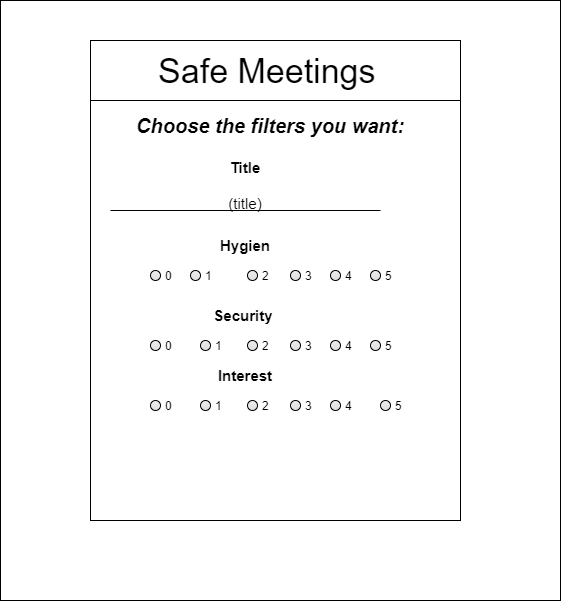
Above: images/mockup_search_screen.png in FEUP-ESOF-2020-21/open-cx-t2g2-teamnamenotfound (draw.io), before the change. Source tidied: cells renumbered, new cells last; positions are measured from the earlier drawing's top-left corner, leaving out a move shared by most shapes.
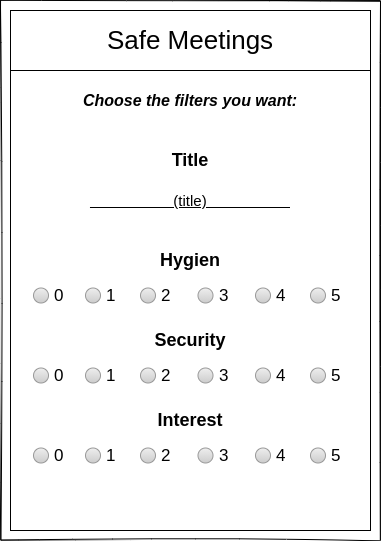
After the change.

Change to the diagram source:
```diff
@@ -2,92 +2,95 @@
   <root>
     <mxCell id="0" />
     <mxCell id="1" parent="0" />
-    <mxCell id="2" style="rounded=0;whiteSpace=wrap;html=1;strokeWidth=1;" parent="1" vertex="1">
-      <mxGeometry width="560" height="600" as="geometry" />
-    </mxCell>
-    <mxCell id="3" value="&lt;font style=&quot;font-size: 17px&quot;&gt;&lt;b&gt;Text&lt;/b&gt;&lt;/font&gt;" style="text;html=1;strokeColor=none;fillColor=none;align=center;verticalAlign=middle;whiteSpace=wrap;rounded=0;" parent="1" vertex="1">
-      <mxGeometry x="235" y="110" width="115" height="60" as="geometry" />
-    </mxCell>
-    <mxCell id="4" style="rounded=0;whiteSpace=wrap;html=1;" parent="1" vertex="1">
-      <mxGeometry x="90" y="40" width="370" height="60" as="geometry" />
-    </mxCell>
+    <mxCell id="31" style="rounded=0;whiteSpace=wrap;html=1;shadow=0;labelBackgroundColor=none;sketch=1;strokeColor=#000000;fillColor=#ffffff;fontSize=26;align=center;fontColor=#FFFFFF;" parent="1" vertex="1">
+      <mxGeometry x="-380" y="60" width="380" height="540" as="geometry" />
+    </mxCell>
+    <mxCell id="32" style="rounded=0;whiteSpace=wrap;html=1;verticalAlign=middle;" parent="1" vertex="1">
+      <mxGeometry x="-370" y="70" width="360" height="520" as="geometry" />
+    </mxCell>
-    <mxCell id="5" value="&lt;div&gt;&lt;span style=&quot;font-size: 34px&quot;&gt;&amp;nbsp; &amp;nbsp; &amp;nbsp; &amp;nbsp;Safe Meetings&lt;/span&gt;&lt;/div&gt;" style="text;html=1;strokeColor=none;fillColor=none;align=left;verticalAlign=middle;whiteSpace=wrap;rounded=0;strokeWidth=2;" parent="1" vertex="1">
-      <mxGeometry x="90" y="40" width="370" height="60" as="geometry" />
+    <mxCell id="5" value="Safe Meetings" style="rounded=0;whiteSpace=wrap;html=1;fontSize=26;" parent="1" vertex="1">
+      <mxGeometry x="-370" y="70" width="360" height="60" as="geometry" />
     </mxCell>
-    <mxCell id="6" style="rounded=0;whiteSpace=wrap;html=1;strokeWidth=1;" parent="1" vertex="1">
-      <mxGeometry x="90" y="100" width="370" height="420" as="geometry" />
-    </mxCell>
-    <mxCell id="7" value="&lt;span style=&quot;font-size: 20px&quot;&gt;&lt;b&gt;&lt;i&gt;Choose the filters you want:&lt;/i&gt;&lt;/b&gt;&lt;/span&gt;" style="text;html=1;strokeColor=none;fillColor=none;align=center;verticalAlign=middle;whiteSpace=wrap;rounded=0;" parent="1" vertex="1">
-      <mxGeometry x="110" y="110" width="320" height="30" as="geometry" />
+    <mxCell id="7" value="&lt;i&gt;&lt;b&gt;&lt;font style=&quot;font-size: 16px&quot;&gt;Choose the filters you want:&lt;/font&gt;&lt;/b&gt;&lt;/i&gt;" style="text;html=1;strokeColor=none;fillColor=none;align=center;verticalAlign=middle;whiteSpace=wrap;rounded=0;sketch=0;fontSize=15;" parent="1" vertex="1">
+      <mxGeometry x="-370" y="150" width="360" height="20" as="geometry" />
     </mxCell>
-    <mxCell id="8" value="&lt;div&gt;&lt;b style=&quot;font-size: 15px&quot;&gt;Title&lt;/b&gt;&lt;/div&gt;&lt;div&gt;&lt;b style=&quot;font-size: 15px&quot;&gt;&lt;br&gt;&lt;/b&gt;&lt;/div&gt;&lt;div&gt;&lt;span style=&quot;font-size: 15px&quot;&gt;(&lt;/span&gt;&lt;span style=&quot;font-size: 15px&quot;&gt;title)&lt;/span&gt;&lt;/div&gt;" style="text;html=1;strokeColor=none;fillColor=none;align=center;verticalAlign=middle;whiteSpace=wrap;rounded=0;" parent="1" vertex="1">
-      <mxGeometry x="110" y="160" width="270" height="50" as="geometry" />
-    </mxCell>
+    <mxCell id="33" value="&lt;b&gt;&lt;font style=&quot;font-size: 18px&quot;&gt;Title&lt;/font&gt;&lt;/b&gt;" style="text;html=1;strokeColor=none;fillColor=none;align=center;verticalAlign=middle;whiteSpace=wrap;rounded=0;sketch=0;fontSize=15;" parent="1" vertex="1">
+      <mxGeometry x="-370" y="210" width="360" height="20" as="geometry" />
+    </mxCell>
-    <mxCell id="9" value="&lt;span style=&quot;font-size: 15px&quot;&gt;&lt;b&gt;Hygien&lt;/b&gt;&lt;/span&gt;" style="text;html=1;strokeColor=none;fillColor=none;align=center;verticalAlign=middle;whiteSpace=wrap;rounded=0;" parent="1" vertex="1">
-      <mxGeometry x="110" y="220" width="270" height="50" as="geometry" />
+    <mxCell id="9" value="&lt;b&gt;&lt;font style=&quot;font-size: 18px&quot;&gt;Hygien&lt;br&gt;&lt;/font&gt;&lt;/b&gt;" style="text;html=1;strokeColor=none;fillColor=none;align=center;verticalAlign=middle;whiteSpace=wrap;rounded=0;sketch=0;fontSize=15;" parent="1" vertex="1">
+      <mxGeometry x="-370" y="310" width="360" height="20" as="geometry" />
     </mxCell>
-    <mxCell id="10" value="&lt;font style=&quot;font-size: 15px&quot;&gt;&lt;b&gt;Security&lt;/b&gt;&amp;nbsp;&lt;/font&gt;" style="text;html=1;strokeColor=none;fillColor=none;align=center;verticalAlign=middle;whiteSpace=wrap;rounded=0;" parent="1" vertex="1">
-      <mxGeometry x="110" y="290" width="270" height="50" as="geometry" />
+    <mxCell id="10" value="&lt;b&gt;&lt;font style=&quot;font-size: 18px&quot;&gt;Security&lt;/font&gt;&lt;/b&gt;" style="text;html=1;strokeColor=none;fillColor=none;align=center;verticalAlign=middle;whiteSpace=wrap;rounded=0;sketch=0;fontSize=15;" parent="1" vertex="1">
+      <mxGeometry x="-370" y="390" width="360" height="20" as="geometry" />
     </mxCell>
-    <mxCell id="11" value="&lt;b&gt;&lt;font style=&quot;font-size: 15px&quot;&gt;Interest&lt;/font&gt;&lt;/b&gt;" style="text;html=1;strokeColor=none;fillColor=none;align=center;verticalAlign=middle;whiteSpace=wrap;rounded=0;" parent="1" vertex="1">
-      <mxGeometry x="110" y="350" width="270" height="50" as="geometry" />
+    <mxCell id="11" value="&lt;b&gt;&lt;font style=&quot;font-size: 18px&quot;&gt;Interest&lt;/font&gt;&lt;/b&gt;" style="text;html=1;strokeColor=none;fillColor=none;align=center;verticalAlign=middle;whiteSpace=wrap;rounded=0;sketch=0;fontSize=15;" parent="1" vertex="1">
+      <mxGeometry x="-370" y="470" width="360" height="20" as="geometry" />
     </mxCell>
-    <mxCell id="12" style="endArrow=none;html=1;strokeWidth=1;exitX=1;exitY=1;exitDx=0;exitDy=0;entryX=0;entryY=1;entryDx=0;entryDy=0;" parent="1" edge="1" source="8" target="8">
-      <mxGeometry relative="1" as="geometry" />
-    </mxCell>
-    <mxCell id="13" value="0" style="html=1;shadow=0;dashed=0;shape=mxgraph.bootstrap.radioButton2;labelPosition=right;verticalLabelPosition=middle;align=left;verticalAlign=middle;gradientColor=#DEDEDE;fillColor=#EDEDED;checked=0;spacing=5;checkedFill=#0085FC;checkedStroke=#ffffff;strokeWidth=1;" parent="1" vertex="1">
-      <mxGeometry x="150" y="270" width="10" height="10" as="geometry" />
-    </mxCell>
-    <mxCell id="14" value="1" style="html=1;shadow=0;dashed=0;shape=mxgraph.bootstrap.radioButton2;labelPosition=right;verticalLabelPosition=middle;align=left;verticalAlign=middle;gradientColor=#DEDEDE;fillColor=#EDEDED;checked=0;spacing=5;checkedFill=#0085FC;checkedStroke=#ffffff;strokeWidth=1;" parent="1" vertex="1">
-      <mxGeometry x="190" y="270" width="10" height="10" as="geometry" />
-    </mxCell>
-    <mxCell id="15" value="2" style="html=1;shadow=0;dashed=0;shape=mxgraph.bootstrap.radioButton2;labelPosition=right;verticalLabelPosition=middle;align=left;verticalAlign=middle;gradientColor=#DEDEDE;fillColor=#EDEDED;checked=0;spacing=5;checkedFill=#0085FC;checkedStroke=#ffffff;strokeWidth=1;" parent="1" vertex="1">
-      <mxGeometry x="247" y="270" width="10" height="10" as="geometry" />
-    </mxCell>
-    <mxCell id="16" value="3" style="html=1;shadow=0;dashed=0;shape=mxgraph.bootstrap.radioButton2;labelPosition=right;verticalLabelPosition=middle;align=left;verticalAlign=middle;gradientColor=#DEDEDE;fillColor=#EDEDED;checked=0;spacing=5;checkedFill=#0085FC;checkedStroke=#ffffff;strokeWidth=1;" parent="1" vertex="1">
-      <mxGeometry x="290" y="270" width="10" height="10" as="geometry" />
-    </mxCell>
-    <mxCell id="17" value="4" style="html=1;shadow=0;dashed=0;shape=mxgraph.bootstrap.radioButton2;labelPosition=right;verticalLabelPosition=middle;align=left;verticalAlign=middle;gradientColor=#DEDEDE;fillColor=#EDEDED;checked=0;spacing=5;checkedFill=#0085FC;checkedStroke=#ffffff;strokeWidth=1;" parent="1" vertex="1">
-      <mxGeometry x="330" y="270" width="10" height="10" as="geometry" />
-    </mxCell>
-    <mxCell id="18" value="5" style="html=1;shadow=0;dashed=0;shape=mxgraph.bootstrap.radioButton2;labelPosition=right;verticalLabelPosition=middle;align=left;verticalAlign=middle;gradientColor=#DEDEDE;fillColor=#EDEDED;checked=0;spacing=5;checkedFill=#0085FC;checkedStroke=#ffffff;strokeWidth=1;" parent="1" vertex="1">
-      <mxGeometry x="370" y="270" width="10" height="10" as="geometry" />
-    </mxCell>
-    <mxCell id="19" value="0" style="html=1;shadow=0;dashed=0;shape=mxgraph.bootstrap.radioButton2;labelPosition=right;verticalLabelPosition=middle;align=left;verticalAlign=middle;gradientColor=#DEDEDE;fillColor=#EDEDED;checked=0;spacing=5;checkedFill=#0085FC;checkedStroke=#ffffff;strokeWidth=1;" parent="1" vertex="1">
-      <mxGeometry x="150" y="340" width="10" height="10" as="geometry" />
-    </mxCell>
-    <mxCell id="20" value="1" style="html=1;shadow=0;dashed=0;shape=mxgraph.bootstrap.radioButton2;labelPosition=right;verticalLabelPosition=middle;align=left;verticalAlign=middle;gradientColor=#DEDEDE;fillColor=#EDEDED;checked=0;spacing=5;checkedFill=#0085FC;checkedStroke=#ffffff;strokeWidth=1;" parent="1" vertex="1">
-      <mxGeometry x="200" y="340" width="10" height="10" as="geometry" />
-    </mxCell>
-    <mxCell id="21" value="0" style="html=1;shadow=0;dashed=0;shape=mxgraph.bootstrap.radioButton2;labelPosition=right;verticalLabelPosition=middle;align=left;verticalAlign=middle;gradientColor=#DEDEDE;fillColor=#EDEDED;checked=0;spacing=5;checkedFill=#0085FC;checkedStroke=#ffffff;strokeWidth=1;" parent="1" vertex="1">
-      <mxGeometry x="150" y="400" width="10" height="10" as="geometry" />
-    </mxCell>
-    <mxCell id="22" value="1" style="html=1;shadow=0;dashed=0;shape=mxgraph.bootstrap.radioButton2;labelPosition=right;verticalLabelPosition=middle;align=left;verticalAlign=middle;gradientColor=#DEDEDE;fillColor=#EDEDED;checked=0;spacing=5;checkedFill=#0085FC;checkedStroke=#ffffff;strokeWidth=1;" parent="1" vertex="1">
-      <mxGeometry x="200" y="400" width="10" height="10" as="geometry" />
-    </mxCell>
-    <mxCell id="23" value="2" style="html=1;shadow=0;dashed=0;shape=mxgraph.bootstrap.radioButton2;labelPosition=right;verticalLabelPosition=middle;align=left;verticalAlign=middle;gradientColor=#DEDEDE;fillColor=#EDEDED;checked=0;spacing=5;checkedFill=#0085FC;checkedStroke=#ffffff;strokeWidth=1;" parent="1" vertex="1">
-      <mxGeometry x="247" y="340" width="10" height="10" as="geometry" />
-    </mxCell>
-    <mxCell id="24" value="3" style="html=1;shadow=0;dashed=0;shape=mxgraph.bootstrap.radioButton2;labelPosition=right;verticalLabelPosition=middle;align=left;verticalAlign=middle;gradientColor=#DEDEDE;fillColor=#EDEDED;checked=0;spacing=5;checkedFill=#0085FC;checkedStroke=#ffffff;strokeWidth=1;" parent="1" vertex="1">
-      <mxGeometry x="290" y="340" width="10" height="10" as="geometry" />
-    </mxCell>
-    <mxCell id="25" value="4" style="html=1;shadow=0;dashed=0;shape=mxgraph.bootstrap.radioButton2;labelPosition=right;verticalLabelPosition=middle;align=left;verticalAlign=middle;gradientColor=#DEDEDE;fillColor=#EDEDED;checked=0;spacing=5;checkedFill=#0085FC;checkedStroke=#ffffff;strokeWidth=1;" parent="1" vertex="1">
-      <mxGeometry x="330" y="340" width="10" height="10" as="geometry" />
-    </mxCell>
-    <mxCell id="26" value="5" style="html=1;shadow=0;dashed=0;shape=mxgraph.bootstrap.radioButton2;labelPosition=right;verticalLabelPosition=middle;align=left;verticalAlign=middle;gradientColor=#DEDEDE;fillColor=#EDEDED;checked=0;spacing=5;checkedFill=#0085FC;checkedStroke=#ffffff;strokeWidth=1;" parent="1" vertex="1">
-      <mxGeometry x="370" y="340" width="10" height="10" as="geometry" />
-    </mxCell>
-    <mxCell id="27" value="2" style="html=1;shadow=0;dashed=0;shape=mxgraph.bootstrap.radioButton2;labelPosition=right;verticalLabelPosition=middle;align=left;verticalAlign=middle;gradientColor=#DEDEDE;fillColor=#EDEDED;checked=0;spacing=5;checkedFill=#0085FC;checkedStroke=#ffffff;strokeWidth=1;" parent="1" vertex="1">
-      <mxGeometry x="247" y="400" width="10" height="10" as="geometry" />
-    </mxCell>
-    <mxCell id="28" value="3" style="html=1;shadow=0;dashed=0;shape=mxgraph.bootstrap.radioButton2;labelPosition=right;verticalLabelPosition=middle;align=left;verticalAlign=middle;gradientColor=#DEDEDE;fillColor=#EDEDED;checked=0;spacing=5;checkedFill=#0085FC;checkedStroke=#ffffff;strokeWidth=1;" parent="1" vertex="1">
-      <mxGeometry x="290" y="400" width="10" height="10" as="geometry" />
-    </mxCell>
-    <mxCell id="29" value="4" style="html=1;shadow=0;dashed=0;shape=mxgraph.bootstrap.radioButton2;labelPosition=right;verticalLabelPosition=middle;align=left;verticalAlign=middle;gradientColor=#DEDEDE;fillColor=#EDEDED;checked=0;spacing=5;checkedFill=#0085FC;checkedStroke=#ffffff;strokeWidth=1;" parent="1" vertex="1">
-      <mxGeometry x="330" y="400" width="10" height="10" as="geometry" />
-    </mxCell>
-    <mxCell id="30" value="5" style="html=1;shadow=0;dashed=0;shape=mxgraph.bootstrap.radioButton2;labelPosition=right;verticalLabelPosition=middle;align=left;verticalAlign=middle;gradientColor=#DEDEDE;fillColor=#EDEDED;checked=0;spacing=5;checkedFill=#0085FC;checkedStroke=#ffffff;strokeWidth=1;" parent="1" vertex="1">
-      <mxGeometry x="380" y="400" width="10" height="10" as="geometry" />
-    </mxCell>
+    <mxCell id="34" value="&lt;u&gt;&amp;nbsp; &amp;nbsp; &amp;nbsp; &amp;nbsp; &amp;nbsp; &amp;nbsp; &amp;nbsp; &amp;nbsp; &amp;nbsp; &amp;nbsp; (title)&amp;nbsp; &amp;nbsp; &amp;nbsp; &amp;nbsp; &amp;nbsp; &amp;nbsp; &amp;nbsp; &amp;nbsp; &amp;nbsp; &amp;nbsp;&amp;nbsp;&lt;/u&gt;" style="text;html=1;strokeColor=none;fillColor=none;align=center;verticalAlign=middle;whiteSpace=wrap;rounded=0;sketch=0;fontSize=15;" parent="1" vertex="1">
+      <mxGeometry x="-370" y="250" width="360" height="20" as="geometry" />
+    </mxCell>
+    <mxCell id="35" style="strokeWidth=1;shadow=0;dashed=0;align=center;html=1;shape=mxgraph.mockup.forms.rrect;rSize=0;sketch=0;fontSize=15;strokeColor=none;" parent="1" vertex="1">
+      <mxGeometry x="-355" y="340" width="330" height="30" as="geometry" />
+    </mxCell>
+    <mxCell id="36" value="&lt;font color=&quot;#000000&quot;&gt;0&lt;/font&gt;" style="shape=ellipse;rSize=0;fillColor=#eeeeee;strokeColor=#999999;gradientColor=#cccccc;html=1;align=left;spacingLeft=4;fontSize=17;fontColor=#666666;labelPosition=right;" parent="35" vertex="1">
+      <mxGeometry x="8" y="7.5" width="15" height="15" as="geometry" />
+    </mxCell>
+    <mxCell id="37" value="&lt;font color=&quot;#000000&quot;&gt;1&lt;/font&gt;" style="shape=ellipse;rSize=0;fillColor=#eeeeee;strokeColor=#999999;gradientColor=#cccccc;html=1;align=left;spacingLeft=4;fontSize=17;fontColor=#666666;labelPosition=right;" parent="35" vertex="1">
+      <mxGeometry x="60" y="7.5" width="15" height="15" as="geometry" />
+    </mxCell>
+    <mxCell id="38" value="&lt;font color=&quot;#000000&quot;&gt;3&lt;/font&gt;" style="shape=ellipse;rSize=0;fillColor=#eeeeee;strokeColor=#999999;gradientColor=#cccccc;html=1;align=left;spacingLeft=4;fontSize=17;fontColor=#666666;labelPosition=right;" parent="35" vertex="1">
+      <mxGeometry x="172.5" y="7.5" width="15" height="15" as="geometry" />
+    </mxCell>
+    <mxCell id="39" value="&lt;font color=&quot;#000000&quot;&gt;2&lt;/font&gt;" style="shape=ellipse;rSize=0;fillColor=#eeeeee;strokeColor=#999999;gradientColor=#cccccc;html=1;align=left;spacingLeft=4;fontSize=17;fontColor=#666666;labelPosition=right;" parent="35" vertex="1">
+      <mxGeometry x="115" y="7.5" width="15" height="15" as="geometry" />
+    </mxCell>
+    <mxCell id="40" value="&lt;font color=&quot;#000000&quot;&gt;5&lt;/font&gt;" style="shape=ellipse;rSize=0;fillColor=#eeeeee;strokeColor=#999999;gradientColor=#cccccc;html=1;align=left;spacingLeft=4;fontSize=17;fontColor=#666666;labelPosition=right;" parent="35" vertex="1">
+      <mxGeometry x="285" y="7.5" width="15" height="15" as="geometry" />
+    </mxCell>
+    <mxCell id="41" value="&lt;font color=&quot;#000000&quot;&gt;4&lt;/font&gt;" style="shape=ellipse;rSize=0;fillColor=#eeeeee;strokeColor=#999999;gradientColor=#cccccc;html=1;align=left;spacingLeft=4;fontSize=17;fontColor=#666666;labelPosition=right;" parent="35" vertex="1">
+      <mxGeometry x="230" y="7.5" width="15" height="15" as="geometry" />
+    </mxCell>
+    <mxCell id="42" style="strokeWidth=1;shadow=0;dashed=0;align=center;html=1;shape=mxgraph.mockup.forms.rrect;rSize=0;fillColor=#ffffff;sketch=0;fontSize=15;strokeColor=none;" parent="1" vertex="1">
+      <mxGeometry x="-355" y="420" width="330" height="30" as="geometry" />
+    </mxCell>
+    <mxCell id="43" value="&lt;font color=&quot;#000000&quot;&gt;0&lt;/font&gt;" style="shape=ellipse;rSize=0;fillColor=#eeeeee;strokeColor=#999999;gradientColor=#cccccc;html=1;align=left;spacingLeft=4;fontSize=17;fontColor=#666666;labelPosition=right;" parent="42" vertex="1">
+      <mxGeometry x="8" y="7.5" width="15" height="15" as="geometry" />
+    </mxCell>
+    <mxCell id="44" value="&lt;font color=&quot;#000000&quot;&gt;1&lt;/font&gt;" style="shape=ellipse;rSize=0;fillColor=#eeeeee;strokeColor=#999999;gradientColor=#cccccc;html=1;align=left;spacingLeft=4;fontSize=17;fontColor=#666666;labelPosition=right;" parent="42" vertex="1">
+      <mxGeometry x="60" y="7.5" width="15" height="15" as="geometry" />
+    </mxCell>
+    <mxCell id="45" value="&lt;font color=&quot;#000000&quot;&gt;3&lt;/font&gt;" style="shape=ellipse;rSize=0;fillColor=#eeeeee;strokeColor=#999999;gradientColor=#cccccc;html=1;align=left;spacingLeft=4;fontSize=17;fontColor=#666666;labelPosition=right;" parent="42" vertex="1">
+      <mxGeometry x="172.5" y="7.5" width="15" height="15" as="geometry" />
+    </mxCell>
+    <mxCell id="46" value="&lt;font color=&quot;#000000&quot;&gt;2&lt;/font&gt;" style="shape=ellipse;rSize=0;fillColor=#eeeeee;strokeColor=#999999;gradientColor=#cccccc;html=1;align=left;spacingLeft=4;fontSize=17;fontColor=#666666;labelPosition=right;" parent="42" vertex="1">
+      <mxGeometry x="115" y="7.5" width="15" height="15" as="geometry" />
+    </mxCell>
+    <mxCell id="47" value="&lt;font color=&quot;#000000&quot;&gt;5&lt;/font&gt;" style="shape=ellipse;rSize=0;fillColor=#eeeeee;strokeColor=#999999;gradientColor=#cccccc;html=1;align=left;spacingLeft=4;fontSize=17;fontColor=#666666;labelPosition=right;" parent="42" vertex="1">
+      <mxGeometry x="285" y="7.5" width="15" height="15" as="geometry" />
+    </mxCell>
+    <mxCell id="48" value="&lt;font color=&quot;#000000&quot;&gt;4&lt;/font&gt;" style="shape=ellipse;rSize=0;fillColor=#eeeeee;strokeColor=#999999;gradientColor=#cccccc;html=1;align=left;spacingLeft=4;fontSize=17;fontColor=#666666;labelPosition=right;" parent="42" vertex="1">
+      <mxGeometry x="230" y="7.5" width="15" height="15" as="geometry" />
+    </mxCell>
+    <mxCell id="49" style="strokeWidth=1;shadow=0;dashed=0;align=center;html=1;shape=mxgraph.mockup.forms.rrect;rSize=0;fillColor=#ffffff;sketch=0;fontSize=15;strokeColor=none;" parent="1" vertex="1">
+      <mxGeometry x="-355" y="500" width="330" height="30" as="geometry" />
+    </mxCell>
+    <mxCell id="50" value="&lt;font color=&quot;#000000&quot;&gt;0&lt;/font&gt;" style="shape=ellipse;rSize=0;fillColor=#eeeeee;strokeColor=#999999;gradientColor=#cccccc;html=1;align=left;spacingLeft=4;fontSize=17;fontColor=#666666;labelPosition=right;" parent="49" vertex="1">
+      <mxGeometry x="8" y="7.5" width="15" height="15" as="geometry" />
+    </mxCell>
+    <mxCell id="51" value="&lt;font color=&quot;#000000&quot;&gt;1&lt;/font&gt;" style="shape=ellipse;rSize=0;fillColor=#eeeeee;strokeColor=#999999;gradientColor=#cccccc;html=1;align=left;spacingLeft=4;fontSize=17;fontColor=#666666;labelPosition=right;" parent="49" vertex="1">
+      <mxGeometry x="60" y="7.5" width="15" height="15" as="geometry" />
+    </mxCell>
+    <mxCell id="52" value="&lt;font color=&quot;#000000&quot;&gt;3&lt;/font&gt;" style="shape=ellipse;rSize=0;fillColor=#eeeeee;strokeColor=#999999;gradientColor=#cccccc;html=1;align=left;spacingLeft=4;fontSize=17;fontColor=#666666;labelPosition=right;" parent="49" vertex="1">
+      <mxGeometry x="172.5" y="7.5" width="15" height="15" as="geometry" />
+    </mxCell>
+    <mxCell id="53" value="&lt;font color=&quot;#000000&quot;&gt;2&lt;/font&gt;" style="shape=ellipse;rSize=0;fillColor=#eeeeee;strokeColor=#999999;gradientColor=#cccccc;html=1;align=left;spacingLeft=4;fontSize=17;fontColor=#666666;labelPosition=right;" parent="49" vertex="1">
+      <mxGeometry x="115" y="7.5" width="15" height="15" as="geometry" />
+    </mxCell>
+    <mxCell id="54" value="&lt;font color=&quot;#000000&quot;&gt;5&lt;/font&gt;" style="shape=ellipse;rSize=0;fillColor=#eeeeee;strokeColor=#999999;gradientColor=#cccccc;html=1;align=left;spacingLeft=4;fontSize=17;fontColor=#666666;labelPosition=right;" parent="49" vertex="1">
+      <mxGeometry x="285" y="7.5" width="15" height="15" as="geometry" />
+    </mxCell>
+    <mxCell id="55" value="&lt;font color=&quot;#000000&quot;&gt;4&lt;/font&gt;" style="shape=ellipse;rSize=0;fillColor=#eeeeee;strokeColor=#999999;gradientColor=#cccccc;html=1;align=left;spacingLeft=4;fontSize=17;fontColor=#666666;labelPosition=right;" parent="49" vertex="1">
+      <mxGeometry x="230" y="7.5" width="15" height="15" as="geometry" />
+    </mxCell>
   </root>
 </mxGraphModel>
```
